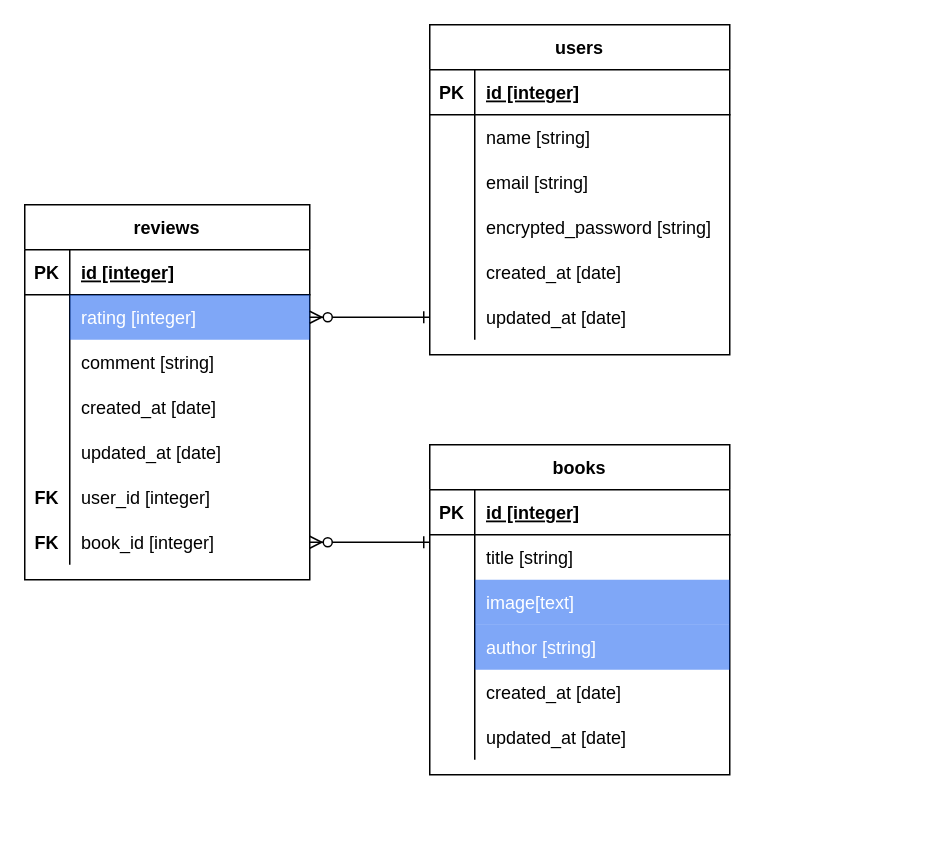
This is ER.dio from pekojoe/yondayo-2, a draw.io file, before an edit. Source tidied: cells renumbered, new cells numbered last; positions are measured from the earlier drawing's top-left corner, leaving out a move shared by most shapes. Both pictures are drawn from the tidied source at 150%, with x=0, y=0 at pixel (24, 24).
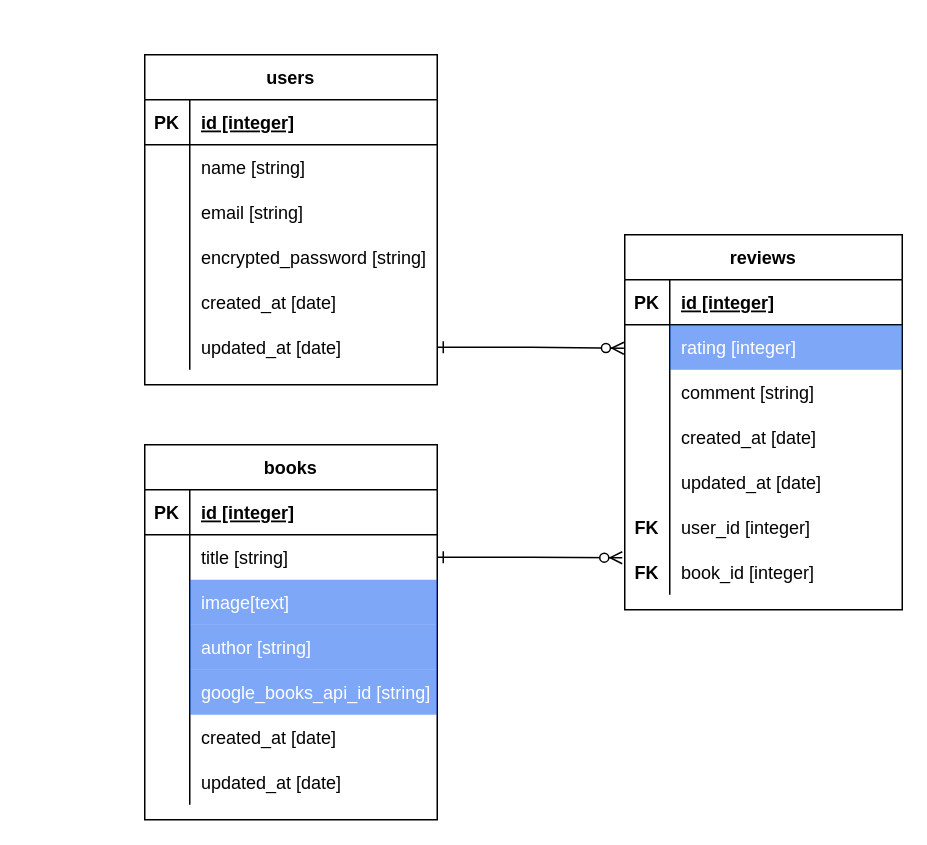
After the change.

Diff of the diagram source:
```diff
@@
     <mxCell id="2" value="books" style="shape=table;startSize=30;childLayout=tableLayout;rowLines=0;fontStyle=1;align=center;" parent="1" vertex="1">
-      <mxGeometry x="270" y="280" width="200" height="220" as="geometry" />
+      <mxGeometry x="80" y="280" width="195" height="250" as="geometry" />
     </mxCell>
     <mxCell id="3" style="shape=partialRectangle;fillColor=none;top=0;left=0;bottom=1;right=0;" parent="2" vertex="1">
-      <mxGeometry y="30" width="200" height="30" as="geometry" />
+      <mxGeometry y="30" width="195" height="30" as="geometry" />
     </mxCell>
@@
     <mxCell id="5" value="id [integer]" style="shape=partialRectangle;fillColor=none;top=0;left=0;bottom=0;right=0;align=left;spacingLeft=6;fontStyle=5;overflow=hidden;" parent="3" vertex="1">
-      <mxGeometry x="30" width="170" height="30" as="geometry" />
+      <mxGeometry x="30" width="165" height="30" as="geometry" />
     </mxCell>
     <mxCell id="6" style="shape=partialRectangle;fillColor=none;top=0;left=0;bottom=0;right=0;points=[[0,0.5],[1,0.5]];portConstraint=eastwest;" parent="2" vertex="1">
-      <mxGeometry y="60" width="200" height="30" as="geometry" />
+      <mxGeometry y="60" width="195" height="30" as="geometry" />
     </mxCell>
@@
     <mxCell id="8" value="title [string]" style="shape=partialRectangle;fillColor=none;top=0;left=0;bottom=0;right=0;align=left;spacingLeft=6;overflow=hidden;" parent="6" vertex="1">
-      <mxGeometry x="30" width="170" height="30" as="geometry" />
+      <mxGeometry x="30" width="165" height="30" as="geometry" />
     </mxCell>
     <mxCell id="9" style="shape=partialRectangle;fillColor=none;top=0;left=0;bottom=0;right=0;" parent="2" vertex="1">
-      <mxGeometry y="90" width="200" height="30" as="geometry" />
+      <mxGeometry y="90" width="195" height="30" as="geometry" />
     </mxCell>
@@
     <mxCell id="11" value="image[text]" style="shape=partialRectangle;fillColor=#0050ef;top=0;left=0;bottom=0;right=0;align=left;spacingLeft=6;overflow=hidden;strokeColor=#001DBC;fontColor=#ffffff;opacity=50;" parent="9" vertex="1">
-      <mxGeometry x="30" width="170" height="30" as="geometry" />
+      <mxGeometry x="30" width="165" height="30" as="geometry" />
     </mxCell>
     <mxCell id="12" style="shape=partialRectangle;fillColor=none;top=0;left=0;bottom=0;right=0;" parent="2" vertex="1">
-      <mxGeometry y="120" width="200" height="30" as="geometry" />
+      <mxGeometry y="120" width="195" height="30" as="geometry" />
     </mxCell>
@@
     <mxCell id="14" value="author [string]" style="shape=partialRectangle;fillColor=#0050ef;top=0;left=0;bottom=0;right=0;align=left;spacingLeft=6;overflow=hidden;strokeColor=#001DBC;fontColor=#ffffff;opacity=50;" parent="12" vertex="1">
-      <mxGeometry x="30" width="170" height="30" as="geometry" />
+      <mxGeometry x="30" width="165" height="30" as="geometry" />
     </mxCell>
+    <mxCell id="64" style="shape=partialRectangle;fillColor=none;top=0;left=0;bottom=0;right=0;" parent="2" vertex="1">
+      <mxGeometry y="150" width="195" height="30" as="geometry" />
+    </mxCell>
+    <mxCell id="65" style="shape=partialRectangle;fillColor=none;top=0;left=0;bottom=0;right=0;overflow=hidden;fontStyle=1;" parent="64" vertex="1">
+      <mxGeometry width="30" height="30" as="geometry" />
+    </mxCell>
+    <mxCell id="66" value="google_books_api_id [string]" style="shape=partialRectangle;fillColor=#0050ef;top=0;left=0;bottom=0;right=0;align=left;spacingLeft=6;overflow=hidden;strokeColor=#001DBC;fontColor=#ffffff;opacity=50;" parent="64" vertex="1">
+      <mxGeometry x="30" width="165" height="30" as="geometry" />
+    </mxCell>
     <mxCell id="15" style="shape=partialRectangle;fillColor=none;top=0;left=0;bottom=0;right=0;" parent="2" vertex="1">
-      <mxGeometry y="150" width="200" height="30" as="geometry" />
+      <mxGeometry y="180" width="195" height="30" as="geometry" />
     </mxCell>
@@
     <mxCell id="17" value="created_at [date]" style="shape=partialRectangle;fillColor=none;top=0;left=0;bottom=0;right=0;align=left;spacingLeft=6;overflow=hidden;" parent="15" vertex="1">
-      <mxGeometry x="30" width="170" height="30" as="geometry" />
+      <mxGeometry x="30" width="165" height="30" as="geometry" />
     </mxCell>
     <mxCell id="18" style="shape=partialRectangle;fillColor=none;top=0;left=0;bottom=0;right=0;" parent="2" vertex="1">
-      <mxGeometry y="180" width="200" height="30" as="geometry" />
+      <mxGeometry y="210" width="195" height="30" as="geometry" />
     </mxCell>
@@
     <mxCell id="20" value="updated_at [date]" style="shape=partialRectangle;fillColor=none;top=0;left=0;bottom=0;right=0;align=left;spacingLeft=6;overflow=hidden;" parent="18" vertex="1">
-      <mxGeometry x="30" width="170" height="30" as="geometry" />
+      <mxGeometry x="30" width="165" height="30" as="geometry" />
     </mxCell>
     <mxCell id="21" value="users" style="shape=table;startSize=30;childLayout=tableLayout;rowLines=0;fontStyle=1;align=center;" parent="1" vertex="1">
-      <mxGeometry x="270" width="200" height="220" as="geometry" />
+      <mxGeometry x="80" y="20" width="195" height="220" as="geometry" />
     </mxCell>
     <mxCell id="22" style="shape=partialRectangle;fillColor=none;top=0;left=0;bottom=1;right=0;" parent="21" vertex="1">
-      <mxGeometry y="30" width="200" height="30" as="geometry" />
+      <mxGeometry y="30" width="195" height="30" as="geometry" />
     </mxCell>
@@
     <mxCell id="24" value="id [integer]" style="shape=partialRectangle;fillColor=none;top=0;left=0;bottom=0;right=0;align=left;spacingLeft=6;fontStyle=5;overflow=hidden;" parent="22" vertex="1">
-      <mxGeometry x="30" width="170" height="30" as="geometry" />
+      <mxGeometry x="30" width="165" height="30" as="geometry" />
     </mxCell>
     <mxCell id="25" style="shape=partialRectangle;fillColor=none;top=0;left=0;bottom=0;right=0;" parent="21" vertex="1">
-      <mxGeometry y="60" width="200" height="30" as="geometry" />
+      <mxGeometry y="60" width="195" height="30" as="geometry" />
     </mxCell>
@@
     <mxCell id="27" value="name [string]" style="shape=partialRectangle;fillColor=none;top=0;left=0;bottom=0;right=0;align=left;spacingLeft=6;overflow=hidden;" parent="25" vertex="1">
-      <mxGeometry x="30" width="170" height="30" as="geometry" />
+      <mxGeometry x="30" width="165" height="30" as="geometry" />
     </mxCell>
     <mxCell id="28" style="shape=partialRectangle;fillColor=none;top=0;left=0;bottom=0;right=0;" parent="21" vertex="1">
-      <mxGeometry y="90" width="200" height="30" as="geometry" />
+      <mxGeometry y="90" width="195" height="30" as="geometry" />
     </mxCell>
@@
     <mxCell id="30" value="email [string]" style="shape=partialRectangle;fillColor=none;top=0;left=0;bottom=0;right=0;align=left;spacingLeft=6;overflow=hidden;" parent="28" vertex="1">
-      <mxGeometry x="30" width="170" height="30" as="geometry" />
+      <mxGeometry x="30" width="165" height="30" as="geometry" />
     </mxCell>
     <mxCell id="31" style="shape=partialRectangle;fillColor=none;top=0;left=0;bottom=0;right=0;" parent="21" vertex="1">
-      <mxGeometry y="120" width="200" height="30" as="geometry" />
+      <mxGeometry y="120" width="195" height="30" as="geometry" />
     </mxCell>
@@
     <mxCell id="33" value="encrypted_password [string]" style="shape=partialRectangle;fillColor=none;top=0;left=0;bottom=0;right=0;align=left;spacingLeft=6;overflow=hidden;" parent="31" vertex="1">
-      <mxGeometry x="30" width="170" height="30" as="geometry" />
+      <mxGeometry x="30" width="165" height="30" as="geometry" />
     </mxCell>
     <mxCell id="34" style="shape=partialRectangle;fillColor=none;top=0;left=0;bottom=0;right=0;" parent="21" vertex="1">
-      <mxGeometry y="150" width="200" height="30" as="geometry" />
+      <mxGeometry y="150" width="195" height="30" as="geometry" />
     </mxCell>
@@
     <mxCell id="36" value="created_at [date]" style="shape=partialRectangle;fillColor=none;top=0;left=0;bottom=0;right=0;align=left;spacingLeft=6;overflow=hidden;" parent="34" vertex="1">
-      <mxGeometry x="30" width="170" height="30" as="geometry" />
+      <mxGeometry x="30" width="165" height="30" as="geometry" />
     </mxCell>
     <mxCell id="37" style="shape=partialRectangle;fillColor=none;top=0;left=0;bottom=0;right=0;points=[[0,0.5],[1,0.5]];portConstraint=eastwest;" parent="21" vertex="1">
-      <mxGeometry y="180" width="200" height="30" as="geometry" />
+      <mxGeometry y="180" width="195" height="30" as="geometry" />
     </mxCell>
@@
     <mxCell id="39" value="updated_at [date]" style="shape=partialRectangle;fillColor=none;top=0;left=0;bottom=0;right=0;align=left;spacingLeft=6;overflow=hidden;" parent="37" vertex="1">
-      <mxGeometry x="30" width="170" height="30" as="geometry" />
+      <mxGeometry x="30" width="165" height="30" as="geometry" />
     </mxCell>
     <mxCell id="40" value="reviews" style="shape=table;startSize=30;childLayout=tableLayout;rowLines=0;fontStyle=1;align=center;" parent="1" vertex="1">
-      <mxGeometry y="120" width="190" height="250" as="geometry" />
+      <mxGeometry x="400" y="140" width="185" height="250" as="geometry" />
     </mxCell>
     <mxCell id="41" style="shape=partialRectangle;fillColor=none;top=0;left=0;bottom=1;right=0;" parent="40" vertex="1">
-      <mxGeometry y="30" width="190" height="30" as="geometry" />
+      <mxGeometry y="30" width="185" height="30" as="geometry" />
     </mxCell>
@@
     <mxCell id="43" value="id [integer]" style="shape=partialRectangle;fillColor=none;top=0;left=0;bottom=0;right=0;align=left;spacingLeft=6;fontStyle=5;overflow=hidden;" parent="41" vertex="1">
-      <mxGeometry x="30" width="160" height="30" as="geometry" />
+      <mxGeometry x="30" width="155" height="30" as="geometry" />
     </mxCell>
     <mxCell id="44" style="shape=partialRectangle;fillColor=none;top=0;left=0;bottom=0;right=0;points=[[0,0.5],[1,0.5]];portConstraint=eastwest;" parent="40" vertex="1">
-      <mxGeometry y="60" width="190" height="30" as="geometry" />
+      <mxGeometry y="60" width="185" height="30" as="geometry" />
     </mxCell>
@@
     <mxCell id="46" value="rating [integer]" style="shape=partialRectangle;fillColor=#0050ef;top=0;left=0;bottom=0;right=0;align=left;spacingLeft=6;overflow=hidden;strokeColor=#001DBC;fontColor=#ffffff;opacity=50;" parent="44" vertex="1">
-      <mxGeometry x="30" width="160" height="30" as="geometry" />
+      <mxGeometry x="30" width="155" height="30" as="geometry" />
     </mxCell>
     <mxCell id="47" style="shape=partialRectangle;fillColor=none;top=0;left=0;bottom=0;right=0;" parent="40" vertex="1">
-      <mxGeometry y="90" width="190" height="30" as="geometry" />
+      <mxGeometry y="90" width="185" height="30" as="geometry" />
     </mxCell>
@@
     <mxCell id="49" value="comment [string]" style="shape=partialRectangle;fillColor=none;top=0;left=0;bottom=0;right=0;align=left;spacingLeft=6;overflow=hidden;" parent="47" vertex="1">
-      <mxGeometry x="30" width="160" height="30" as="geometry" />
+      <mxGeometry x="30" width="155" height="30" as="geometry" />
     </mxCell>
     <mxCell id="50" style="shape=partialRectangle;fillColor=none;top=0;left=0;bottom=0;right=0;" parent="40" vertex="1">
-      <mxGeometry y="120" width="190" height="30" as="geometry" />
+      <mxGeometry y="120" width="185" height="30" as="geometry" />
     </mxCell>
@@
     <mxCell id="52" value="created_at [date]" style="shape=partialRectangle;fillColor=none;top=0;left=0;bottom=0;right=0;align=left;spacingLeft=6;overflow=hidden;" parent="50" vertex="1">
-      <mxGeometry x="30" width="160" height="30" as="geometry" />
+      <mxGeometry x="30" width="155" height="30" as="geometry" />
     </mxCell>
     <mxCell id="53" style="shape=partialRectangle;fillColor=none;top=0;left=0;bottom=0;right=0;" parent="40" vertex="1">
-      <mxGeometry y="150" width="190" height="30" as="geometry" />
+      <mxGeometry y="150" width="185" height="30" as="geometry" />
     </mxCell>
@@
     <mxCell id="55" value="updated_at [date]" style="shape=partialRectangle;fillColor=none;top=0;left=0;bottom=0;right=0;align=left;spacingLeft=6;overflow=hidden;" parent="53" vertex="1">
-      <mxGeometry x="30" width="160" height="30" as="geometry" />
+      <mxGeometry x="30" width="155" height="30" as="geometry" />
     </mxCell>
     <mxCell id="56" style="shape=partialRectangle;fillColor=none;top=0;left=0;bottom=0;right=0;" parent="40" vertex="1">
-      <mxGeometry y="180" width="190" height="30" as="geometry" />
+      <mxGeometry y="180" width="185" height="30" as="geometry" />
     </mxCell>
@@
     <mxCell id="58" value="user_id [integer]" style="shape=partialRectangle;fillColor=none;top=0;left=0;bottom=0;right=0;align=left;spacingLeft=6;overflow=hidden;" parent="56" vertex="1">
-      <mxGeometry x="30" width="160" height="30" as="geometry" />
+      <mxGeometry x="30" width="155" height="30" as="geometry" />
     </mxCell>
     <mxCell id="59" style="shape=partialRectangle;fillColor=none;top=0;left=0;bottom=0;right=0;points=[[0,0.5],[1,0.5]];portConstraint=eastwest;" parent="40" vertex="1">
-      <mxGeometry y="210" width="190" height="30" as="geometry" />
+      <mxGeometry y="210" width="185" height="30" as="geometry" />
     </mxCell>
@@
     <mxCell id="61" value="book_id [integer]" style="shape=partialRectangle;fillColor=none;top=0;left=0;bottom=0;right=0;align=left;spacingLeft=6;overflow=hidden;" parent="59" vertex="1">
-      <mxGeometry x="30" width="160" height="30" as="geometry" />
+      <mxGeometry x="30" width="155" height="30" as="geometry" />
     </mxCell>
-    <mxCell id="62" style="edgeStyle=orthogonalEdgeStyle;rounded=0;jettySize=auto;html=1;entryX=0;entryY=0.5;entryDx=0;entryDy=0;startArrow=ERzeroToMany;startFill=1;endArrow=ERone;endFill=0;" parent="1" edge="1" source="44" target="37">
-      <mxGeometry relative="1" as="geometry" />
-    </mxCell>
-    <mxCell id="63" style="edgeStyle=orthogonalEdgeStyle;rounded=0;jettySize=auto;html=1;exitX=1;exitY=0.5;exitDx=0;exitDy=0;entryX=0;entryY=0.167;entryDx=0;entryDy=0;entryPerimeter=0;startArrow=ERzeroToMany;startFill=1;endArrow=ERone;endFill=0;" parent="1" edge="1" source="59" target="6">
+    <mxCell id="63" style="edgeStyle=orthogonalEdgeStyle;rounded=0;jettySize=auto;html=1;entryX=-0.003;entryY=0.522;entryDx=0;entryDy=0;entryPerimeter=0;startArrow=ERone;startFill=0;endArrow=ERzeroToMany;endFill=1;" parent="1" edge="1" source="37" target="44">
       <mxGeometry relative="1" as="geometry" />
     </mxCell>
+    <mxCell id="67" style="edgeStyle=orthogonalEdgeStyle;rounded=0;jettySize=auto;html=1;entryX=-0.009;entryY=0.178;entryDx=0;entryDy=0;entryPerimeter=0;startArrow=ERone;startFill=0;endArrow=ERzeroToMany;endFill=1;" parent="1" edge="1" source="6" target="59">
+      <mxGeometry relative="1" as="geometry" />
+    </mxCell>
```
